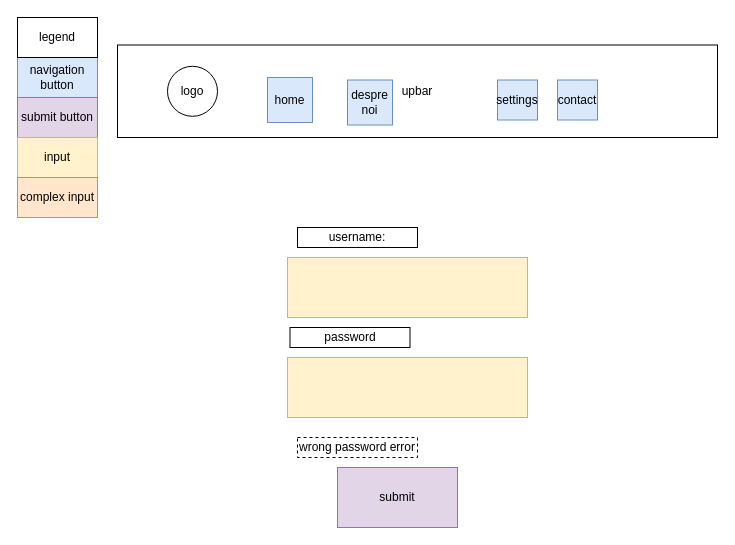
Earlier version of the draw.io diagram page "login.page" (3 of 8) of docs/design/design.drawio (Ioan-Alexandru96/wellness-app). Source tidied: cells renumbered, new cells numbered last; positions are measured from the earlier drawing's top-left corner, leaving out a move shared by most shapes. Both pictures are drawn from the tidied source at 100%, with x=0, y=0 at pixel (17, 17).
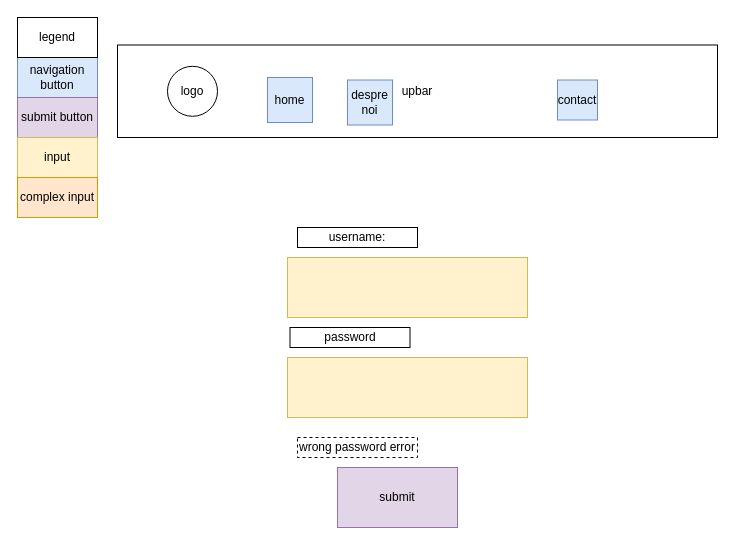
Above is the later version.

The edit, as a diff of the source:
```diff
@@
 <mxGraphModel>
   <root>
     <mxCell id="0" />
     <mxCell id="1" parent="0" />
     <mxCell id="2" value="upbar" style="rounded=0;whiteSpace=wrap;html=1;" parent="1" vertex="1">
       <mxGeometry x="100" y="27.5" width="600" height="92.5" as="geometry" />
     </mxCell>
     <mxCell id="3" value="logo" style="ellipse;whiteSpace=wrap;html=1;" parent="1" vertex="1">
       <mxGeometry x="150" y="48.8" width="50" height="50" as="geometry" />
     </mxCell>
     <mxCell id="4" value="home" style="whiteSpace=wrap;html=1;fillColor=#dae8fc;strokeColor=#6c8ebf;" parent="1" vertex="1">
       <mxGeometry x="250" y="60" width="45" height="45" as="geometry" />
     </mxCell>
     <mxCell id="5" value="contact" style="whiteSpace=wrap;html=1;fillColor=#dae8fc;strokeColor=#6c8ebf;" parent="1" vertex="1">
       <mxGeometry x="540" y="62.5" width="40" height="40" as="geometry" />
     </mxCell>
     <mxCell id="6" value="despre noi" style="whiteSpace=wrap;html=1;fillColor=#dae8fc;strokeColor=#6c8ebf;" parent="1" vertex="1">
       <mxGeometry x="330" y="62.5" width="45" height="45" as="geometry" />
     </mxCell>
-    <mxCell id="7" value="settings&lt;br&gt;" style="whiteSpace=wrap;html=1;fillColor=#dae8fc;strokeColor=#6c8ebf;" parent="1" vertex="1">
-      <mxGeometry x="480" y="62.5" width="40" height="40" as="geometry" />
-    </mxCell>
     <mxCell id="8" value="navigation button" style="rounded=0;whiteSpace=wrap;html=1;fillColor=#dae8fc;strokeColor=#6c8ebf;" parent="1" vertex="1">
       <mxGeometry y="40" width="80" height="40" as="geometry" />
     </mxCell>
     <mxCell id="9" value="submit button" style="rounded=0;whiteSpace=wrap;html=1;fillColor=#e1d5e7;strokeColor=#9673a6;" parent="1" vertex="1">
       <mxGeometry y="80" width="80" height="40" as="geometry" />
     </mxCell>
     <mxCell id="10" value="input" style="rounded=0;whiteSpace=wrap;html=1;fillColor=#fff2cc;strokeColor=#d6b656;" parent="1" vertex="1">
       <mxGeometry y="120" width="80" height="40" as="geometry" />
     </mxCell>
     <mxCell id="11" value="complex input" style="rounded=0;whiteSpace=wrap;html=1;fillColor=#ffe6cc;strokeColor=#d79b00;" parent="1" vertex="1">
       <mxGeometry y="160" width="80" height="40" as="geometry" />
     </mxCell>
     <mxCell id="12" value="legend" style="rounded=0;whiteSpace=wrap;html=1;" parent="1" vertex="1">
       <mxGeometry width="80" height="40" as="geometry" />
     </mxCell>
     <mxCell id="13" style="rounded=0;whiteSpace=wrap;html=1;fillColor=#fff2cc;strokeColor=#d6b656;" parent="1" vertex="1">
       <mxGeometry x="270" y="240" width="240" height="60" as="geometry" />
     </mxCell>
     <mxCell id="14" style="rounded=0;whiteSpace=wrap;html=1;fillColor=#fff2cc;strokeColor=#d6b656;" parent="1" vertex="1">
       <mxGeometry x="270" y="340" width="240" height="60" as="geometry" />
     </mxCell>
     <mxCell id="15" value="password" style="rounded=0;whiteSpace=wrap;html=1;" parent="1" vertex="1">
       <mxGeometry x="272.5" y="310" width="120" height="20" as="geometry" />
     </mxCell>
     <mxCell id="16" value="username:" style="rounded=0;whiteSpace=wrap;html=1;" parent="1" vertex="1">
       <mxGeometry x="280" y="210" width="120" height="20" as="geometry" />
     </mxCell>
     <mxCell id="17" value="submit" style="rounded=0;whiteSpace=wrap;html=1;fillColor=#e1d5e7;strokeColor=#9673a6;" parent="1" vertex="1">
       <mxGeometry x="320" y="450" width="120" height="60" as="geometry" />
     </mxCell>
     <mxCell id="18" value="wrong password error" style="rounded=0;whiteSpace=wrap;html=1;dashed=1;" parent="1" vertex="1">
       <mxGeometry x="280" y="420" width="120" height="20" as="geometry" />
     </mxCell>
   </root>
 </mxGraphModel>
```
